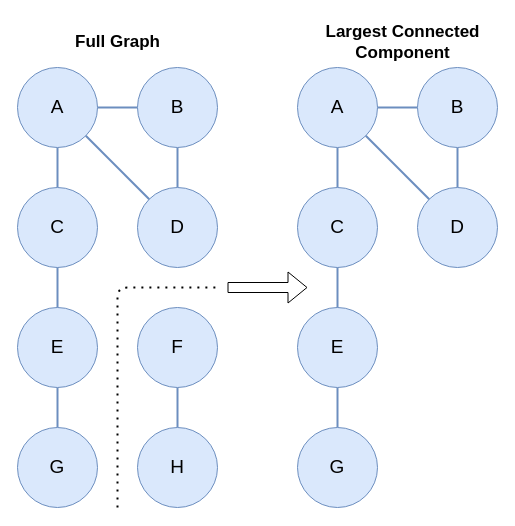
MatthewWolff/CMU_Computational_Genomics_Final_Project keeps this draw.io diagram as diagrams/subgraph_selection.drawio. Above is the earlier version. Source tidied: cells renumbered, new cells numbered last; positions are measured from the earlier drawing's top-left corner, leaving out a move shared by most shapes. Both pictures are drawn from the tidied source at 100%, with x=0, y=0 at pixel (17, 17).
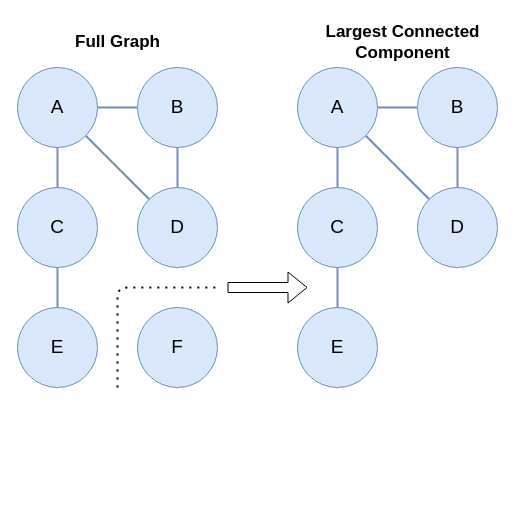
Above is the later version.

Commit message (it also covers changes not shown here):
updated diagrams for overleaf

Unchanged cells that the change refers to:
```xml
<mxCell id="11" value="E" style="ellipse;whiteSpace=wrap;html=1;fontSize=19;fillColor=#dae8fc;strokeColor=#6c8ebf;" parent="1" vertex="1">
  <mxGeometry y="290" width="80" height="80" as="geometry" />
</mxCell>
<mxCell id="14" value="F" style="ellipse;whiteSpace=wrap;html=1;fontSize=19;fillColor=#dae8fc;strokeColor=#6c8ebf;" parent="1" vertex="1">
  <mxGeometry x="120" y="290" width="80" height="80" as="geometry" />
</mxCell>
<mxCell id="28" value="E" style="ellipse;whiteSpace=wrap;html=1;fontSize=19;fillColor=#dae8fc;strokeColor=#6c8ebf;" parent="1" vertex="1">
  <mxGeometry x="280" y="290" width="80" height="80" as="geometry" />
</mxCell>
```

Change to the diagram source:
```diff
@@
-    <mxCell id="10" style="edgeStyle=orthogonalEdgeStyle;rounded=0;jettySize=auto;html=1;fontSize=19;endArrow=none;endFill=0;strokeWidth=2;fillColor=#dae8fc;strokeColor=#6c8ebf;" parent="1" edge="1" source="11" target="12">
-      <mxGeometry relative="1" as="geometry" />
-    </mxCell>
@@
-    <mxCell id="12" value="G" style="ellipse;whiteSpace=wrap;html=1;fontSize=19;fillColor=#dae8fc;strokeColor=#6c8ebf;" parent="1" vertex="1">
-      <mxGeometry y="410" width="80" height="80" as="geometry" />
-    </mxCell>
-    <mxCell id="13" style="edgeStyle=orthogonalEdgeStyle;rounded=0;jettySize=auto;html=1;fontSize=19;endArrow=none;endFill=0;strokeWidth=2;fillColor=#dae8fc;strokeColor=#6c8ebf;" parent="1" edge="1" source="14" target="15">
-      <mxGeometry relative="1" as="geometry" />
-    </mxCell>
@@
-    <mxCell id="15" value="H" style="ellipse;whiteSpace=wrap;html=1;fontSize=19;fillColor=#dae8fc;strokeColor=#6c8ebf;" parent="1" vertex="1">
-      <mxGeometry x="120" y="410" width="80" height="80" as="geometry" />
-    </mxCell>
@@
-    <mxCell id="27" style="edgeStyle=orthogonalEdgeStyle;rounded=0;jettySize=auto;html=1;fontSize=19;endArrow=none;endFill=0;strokeWidth=2;fillColor=#dae8fc;strokeColor=#6c8ebf;" parent="1" edge="1" source="28" target="29">
-      <mxGeometry relative="1" as="geometry" />
-    </mxCell>
@@
-    <mxCell id="29" value="G" style="ellipse;whiteSpace=wrap;html=1;fontSize=19;fillColor=#dae8fc;strokeColor=#6c8ebf;" parent="1" vertex="1">
-      <mxGeometry x="280" y="410" width="80" height="80" as="geometry" />
-    </mxCell>
@@
     <mxCell id="31" style="endArrow=none;dashed=1;html=1;dashPattern=1 3;strokeWidth=2;fontSize=17;" parent="1" edge="1">
       <mxGeometry relative="1" as="geometry">
-        <mxPoint x="100" y="490" as="sourcePoint" />
+        <mxPoint x="100" y="370" as="sourcePoint" />
         <mxPoint x="200" y="270" as="targetPoint" />
         <Array as="points">
           <mxPoint x="100" y="270" />
         </Array>
       </mxGeometry>
     </mxCell>
```
